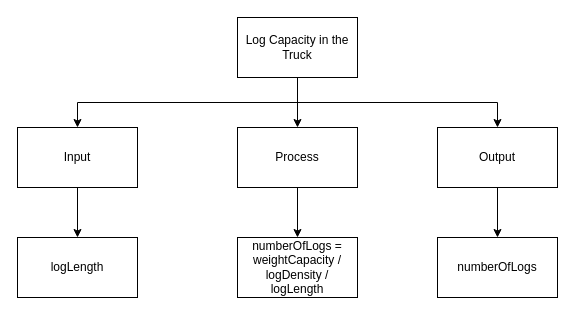
Above: Design/Top-Down-Unit1-01.drawio in dbcalitis/ics4u-unit1-01-typescript (draw.io), before the change. Source tidied: cells renumbered, new cells numbered last; positions are measured from the earlier drawing's top-left corner, leaving out a move shared by most shapes. Both pictures are drawn from the tidied source at 100%, with x=0, y=0 at pixel (17, 17).
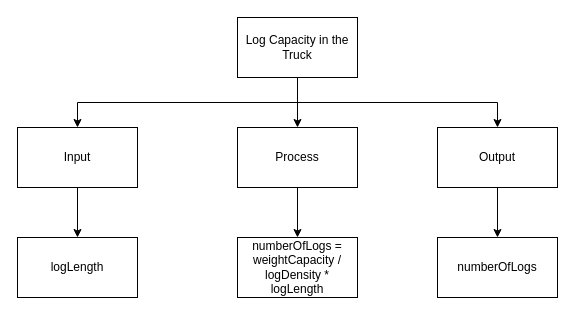
Above is the later version.

What changed in the source:
```diff
@@
 <mxGraphModel>
   <root>
     <mxCell id="0" />
     <mxCell id="1" parent="0" />
     <mxCell id="2" style="edgeStyle=orthogonalEdgeStyle;rounded=0;html=1;exitX=0.5;exitY=1;exitDx=0;exitDy=0;entryX=0.5;entryY=0;entryDx=0;entryDy=0;" parent="1" edge="1" source="5" target="9">
       <mxGeometry relative="1" as="geometry" />
     </mxCell>
     <mxCell id="3" style="edgeStyle=orthogonalEdgeStyle;rounded=0;html=1;exitX=0.5;exitY=1;exitDx=0;exitDy=0;" parent="1" edge="1" source="5" target="7">
       <mxGeometry relative="1" as="geometry" />
     </mxCell>
     <mxCell id="4" style="edgeStyle=orthogonalEdgeStyle;rounded=0;html=1;exitX=0.5;exitY=1;exitDx=0;exitDy=0;entryX=0.5;entryY=0;entryDx=0;entryDy=0;" parent="1" edge="1" source="5" target="11">
       <mxGeometry relative="1" as="geometry" />
     </mxCell>
     <mxCell id="5" value="Log Capacity in the Truck" style="rounded=0;whiteSpace=wrap;html=1;" parent="1" vertex="1">
       <mxGeometry x="220" width="120" height="60" as="geometry" />
     </mxCell>
     <mxCell id="6" style="edgeStyle=orthogonalEdgeStyle;rounded=0;html=1;exitX=0.5;exitY=1;exitDx=0;exitDy=0;entryX=0.5;entryY=0;entryDx=0;entryDy=0;" parent="1" edge="1" source="7" target="12">
       <mxGeometry relative="1" as="geometry" />
     </mxCell>
     <mxCell id="7" value="Input" style="rounded=0;whiteSpace=wrap;html=1;" parent="1" vertex="1">
       <mxGeometry y="110" width="120" height="60" as="geometry" />
     </mxCell>
     <mxCell id="8" style="edgeStyle=orthogonalEdgeStyle;rounded=0;html=1;exitX=0.5;exitY=1;exitDx=0;exitDy=0;entryX=0.5;entryY=0;entryDx=0;entryDy=0;" parent="1" edge="1" source="9" target="13">
       <mxGeometry relative="1" as="geometry" />
     </mxCell>
     <mxCell id="9" value="Process" style="rounded=0;whiteSpace=wrap;html=1;" parent="1" vertex="1">
       <mxGeometry x="220" y="110" width="120" height="60" as="geometry" />
     </mxCell>
     <mxCell id="10" style="edgeStyle=orthogonalEdgeStyle;rounded=0;html=1;exitX=0.5;exitY=1;exitDx=0;exitDy=0;" parent="1" edge="1" source="11" target="14">
       <mxGeometry relative="1" as="geometry" />
     </mxCell>
     <mxCell id="11" value="Output" style="rounded=0;whiteSpace=wrap;html=1;" parent="1" vertex="1">
       <mxGeometry x="420" y="110" width="120" height="60" as="geometry" />
     </mxCell>
     <mxCell id="12" value="logLength" style="rounded=0;whiteSpace=wrap;html=1;" parent="1" vertex="1">
       <mxGeometry y="220" width="120" height="60" as="geometry" />
     </mxCell>
-    <mxCell id="13" value="numberOfLogs = weightCapacity / logDensity / logLength" style="rounded=0;whiteSpace=wrap;html=1;" parent="1" vertex="1">
+    <mxCell id="13" value="numberOfLogs = weightCapacity / logDensity * logLength" style="rounded=0;whiteSpace=wrap;html=1;" parent="1" vertex="1">
       <mxGeometry x="220" y="220" width="120" height="60" as="geometry" />
     </mxCell>
     <mxCell id="14" value="numberOfLogs" style="rounded=0;whiteSpace=wrap;html=1;" parent="1" vertex="1">
       <mxGeometry x="420" y="220" width="120" height="60" as="geometry" />
     </mxCell>
   </root>
 </mxGraphModel>
```
